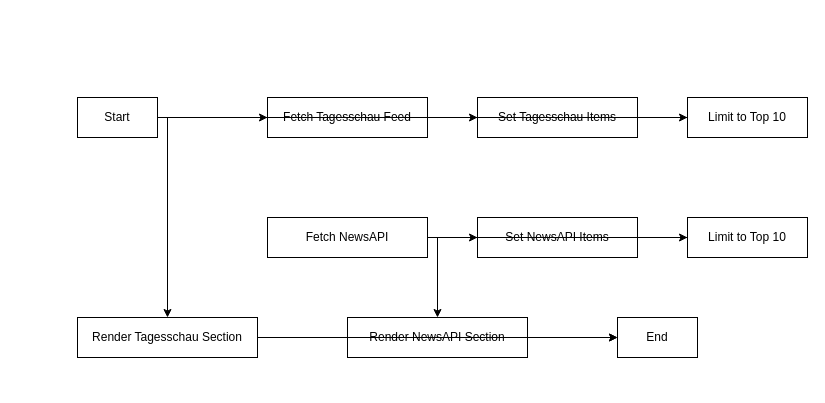
This is RSS.drawio from paulstllb/webeng, a draw.io file, before an edit. Source tidied: cells renumbered, new cells numbered last; positions are measured from the earlier drawing's top-left corner, leaving out a move shared by most shapes. Both pictures are drawn from the tidied source at 100%, with x=0, y=0 at pixel (17, 17).
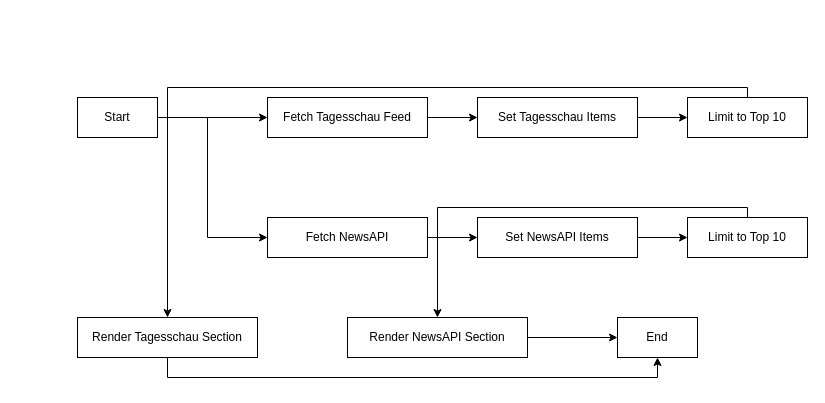
After the change.

Unchanged cells that the change refers to:
```xml
<mxCell id="2" style="group;" parent="1" vertex="1">
  <mxGeometry width="760" height="360" as="geometry" />
</mxCell>
<mxCell id="8" value="Limit to Top 10" style="rounded=0;whiteSpace=wrap;html=1;" parent="2" vertex="1">
  <mxGeometry x="670" y="80" width="120" height="40" as="geometry" />
</mxCell>
<mxCell id="9" value="Limit to Top 10" style="rounded=0;whiteSpace=wrap;html=1;" parent="2" vertex="1">
  <mxGeometry x="670" y="200" width="120" height="40" as="geometry" />
</mxCell>
<mxCell id="10" value="Render Tagesschau Section" style="rounded=0;whiteSpace=wrap;html=1;" parent="2" vertex="1">
  <mxGeometry x="60" y="300" width="180" height="40" as="geometry" />
</mxCell>
<mxCell id="11" value="Render NewsAPI Section" style="rounded=0;whiteSpace=wrap;html=1;" parent="2" vertex="1">
  <mxGeometry x="330" y="300" width="180" height="40" as="geometry" />
</mxCell>
<mxCell id="12" value="End" style="rounded=0;whiteSpace=wrap;html=1;" parent="2" vertex="1">
  <mxGeometry x="600" y="300" width="80" height="40" as="geometry" />
</mxCell>
```

The edit, as a diff of the source:
```diff
@@
     <mxCell id="18" style="edgeStyle=orthogonalEdgeStyle;rounded=0;jettySize=auto;html=1;" parent="2" edge="1" source="8" target="10">
-      <mxGeometry relative="1" as="geometry" />
+      <mxGeometry relative="1" as="geometry">
+        <Array as="points">
+          <mxPoint x="730" y="70" />
+          <mxPoint x="150" y="70" />
+        </Array>
+      </mxGeometry>
     </mxCell>
     <mxCell id="19" style="edgeStyle=orthogonalEdgeStyle;rounded=0;jettySize=auto;html=1;" parent="2" edge="1" source="9" target="11">
-      <mxGeometry relative="1" as="geometry" />
+      <mxGeometry relative="1" as="geometry">
+        <Array as="points">
+          <mxPoint x="730" y="190" />
+          <mxPoint x="420" y="190" />
+        </Array>
+      </mxGeometry>
     </mxCell>
     <mxCell id="20" style="edgeStyle=orthogonalEdgeStyle;rounded=0;jettySize=auto;html=1;" parent="2" edge="1" source="10" target="12">
-      <mxGeometry relative="1" as="geometry" />
+      <mxGeometry relative="1" as="geometry">
+        <Array as="points">
+          <mxPoint x="150" y="360" />
+          <mxPoint x="640" y="360" />
+        </Array>
+      </mxGeometry>
     </mxCell>
@@
+    <mxCell id="22" style="endArrow=classic;html=1;rounded=0;" parent="1" edge="1">
+      <mxGeometry relative="1" as="geometry">
+        <mxPoint x="190" y="100" as="sourcePoint" />
+        <mxPoint x="250" y="220" as="targetPoint" />
+        <Array as="points">
+          <mxPoint x="190" y="220" />
+        </Array>
+      </mxGeometry>
+    </mxCell>
```
